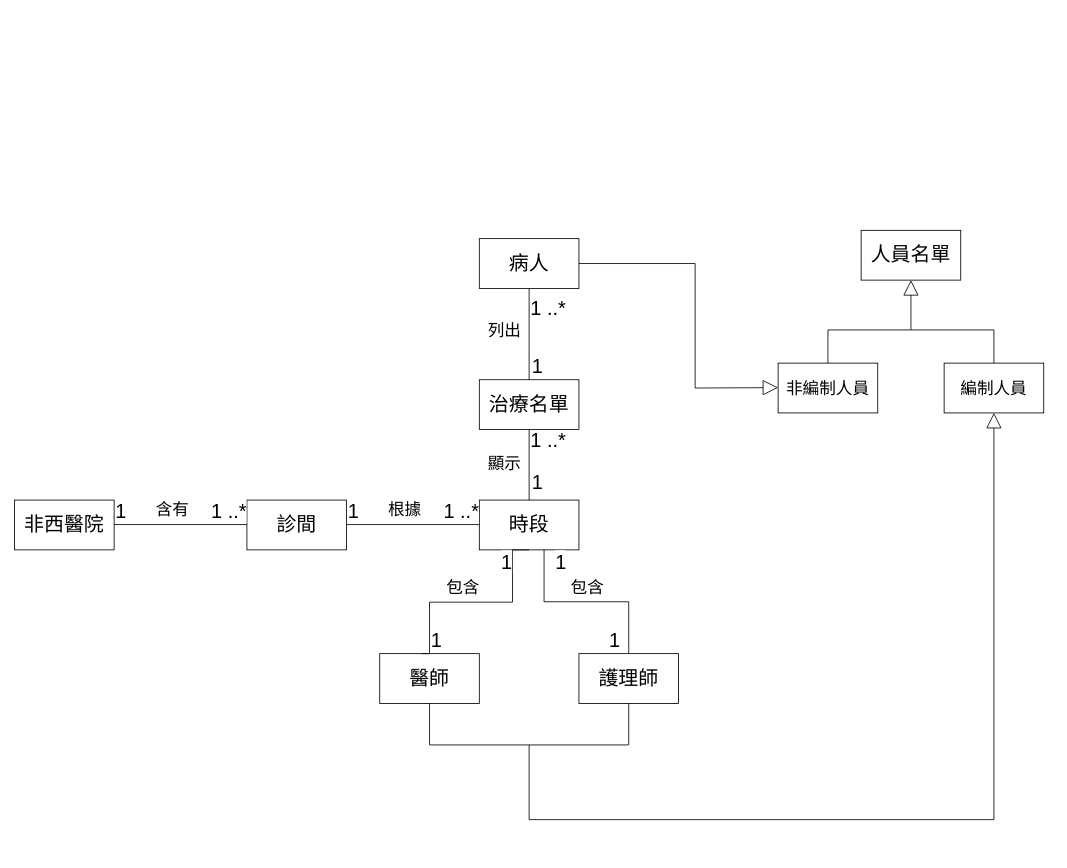
This is Clinic.drawio from troyandy1023/110-2HW2, a draw.io file, before an edit. Source tidied: cells renumbered, new cells numbered last; positions are measured from the earlier drawing's top-left corner, leaving out a move shared by most shapes. Both pictures are drawn from the tidied source at 83%, with x=0, y=0 at pixel (14, 230).
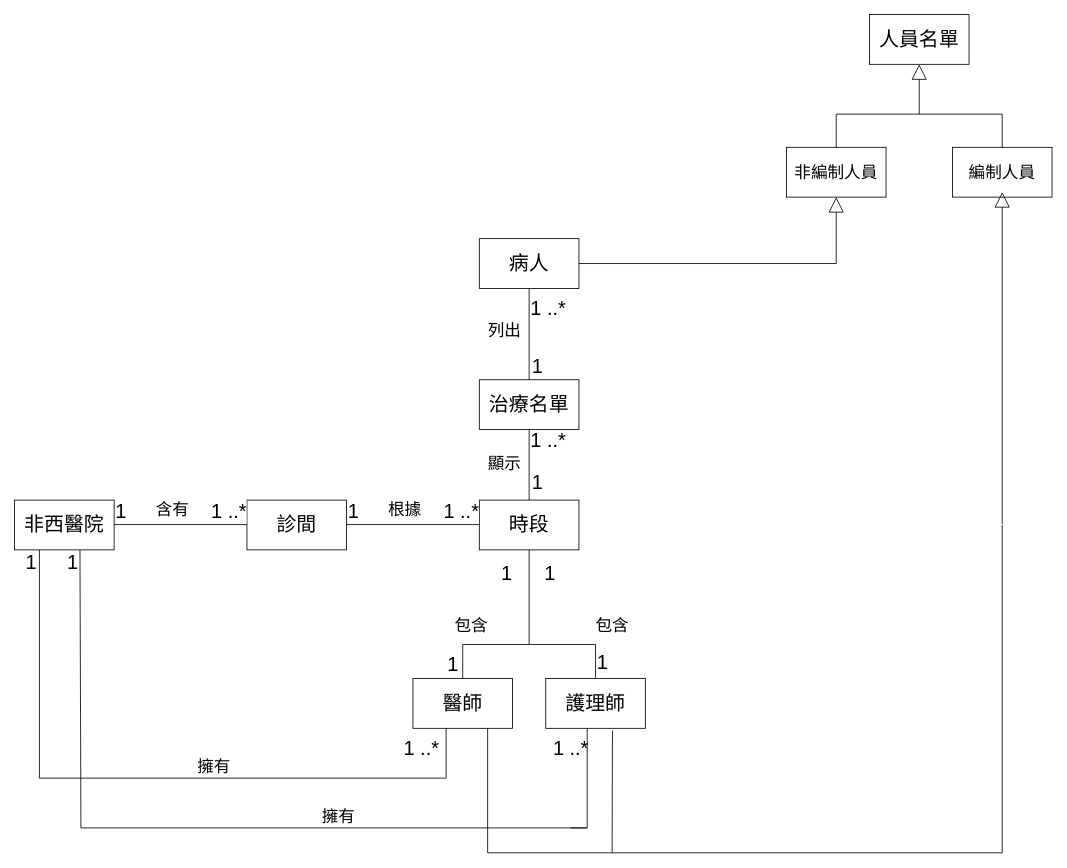
Above is the later version.

The change refers to these unchanged cells:
```xml
<mxCell id="2" value="非西醫院" style="rounded=0;whiteSpace=wrap;html=1;fontSize=24;" parent="1" vertex="1">
  <mxGeometry y="325" width="120" height="60" as="geometry" />
</mxCell>
<mxCell id="4" value="時段" style="rounded=0;whiteSpace=wrap;html=1;fontSize=24;" parent="1" vertex="1">
  <mxGeometry x="560" y="325" width="120" height="60" as="geometry" />
</mxCell>
```

Change to the diagram source:
```diff
@@
     <mxCell id="5" value="醫師" style="rounded=0;whiteSpace=wrap;html=1;fontSize=24;" parent="1" vertex="1">
-      <mxGeometry x="440" y="510" width="120" height="60" as="geometry" />
+      <mxGeometry x="480" y="540" width="120" height="60" as="geometry" />
     </mxCell>
@@
     <mxCell id="14" value="護理師" style="rounded=0;whiteSpace=wrap;html=1;fontSize=24;" parent="1" vertex="1">
-      <mxGeometry x="680" y="510" width="120" height="60" as="geometry" />
+      <mxGeometry x="640" y="540" width="120" height="60" as="geometry" />
     </mxCell>
-    <mxCell id="15" style="endArrow=none;html=1;edgeStyle=orthogonalEdgeStyle;rounded=0;fontSize=24;entryX=0.5;entryY=1;entryDx=0;entryDy=0;exitX=0.417;exitY=0;exitDx=0;exitDy=0;exitPerimeter=0;" parent="1" edge="1" source="5" target="4">
+    <mxCell id="15" style="endArrow=none;html=1;edgeStyle=orthogonalEdgeStyle;rounded=0;fontSize=24;exitX=0.5;exitY=0;exitDx=0;exitDy=0;entryX=0.5;entryY=1;entryDx=0;entryDy=0;" parent="1" edge="1" source="5" target="4">
       <mxGeometry relative="1" as="geometry">
         <Array as="points">
-          <mxPoint x="500" y="510" />
-          <mxPoint x="500" y="448" />
-          <mxPoint x="600" y="448" />
-          <mxPoint x="600" y="385" />
+          <mxPoint x="540" y="499" />
+          <mxPoint x="620" y="499" />
         </Array>
       </mxGeometry>
     </mxCell>
     <mxCell id="16" value="1" style="edgeLabel;html=1;align=left;verticalAlign=bottom;fontSize=24;" parent="15" vertex="1">
       <mxGeometry x="-1" relative="1" as="geometry">
-        <mxPoint x="10" as="offset" />
+        <mxPoint x="-20" as="offset" />
       </mxGeometry>
     </mxCell>
     <mxCell id="17" value="1" style="edgeLabel;html=1;align=right;verticalAlign=bottom;fontSize=24;" parent="15" vertex="1">
       <mxGeometry x="1" relative="1" as="geometry">
-        <mxPoint x="-20" y="31" as="offset" />
+        <mxPoint x="-20" y="45" as="offset" />
       </mxGeometry>
     </mxCell>
-    <mxCell id="18" style="endArrow=none;html=1;edgeStyle=orthogonalEdgeStyle;rounded=0;fontSize=24;entryX=0.5;entryY=0;entryDx=0;entryDy=0;exitX=0.65;exitY=0.99;exitDx=0;exitDy=0;exitPerimeter=0;" parent="1" edge="1" source="4" target="14">
-      <mxGeometry relative="1" as="geometry" />
-    </mxCell>
-    <mxCell id="19" value="1" style="edgeLabel;html=1;align=left;verticalAlign=bottom;fontSize=24;" parent="18" vertex="1">
-      <mxGeometry x="-1" relative="1" as="geometry">
-        <mxPoint x="12" y="32" as="offset" />
-      </mxGeometry>
-    </mxCell>
-    <mxCell id="20" value="1" style="edgeLabel;html=1;align=right;verticalAlign=bottom;fontSize=24;" parent="18" vertex="1">
-      <mxGeometry x="1" relative="1" as="geometry">
-        <mxPoint x="-10" as="offset" />
-      </mxGeometry>
-    </mxCell>
@@
     <mxCell id="29" value="人員名單" style="rounded=0;whiteSpace=wrap;html=1;fontSize=24;" parent="1" vertex="1">
-      <mxGeometry x="1020" width="120" height="60" as="geometry" />
+      <mxGeometry x="1030" y="-260" width="120" height="60" as="geometry" />
     </mxCell>
     <mxCell id="30" value="&lt;font style=&quot;font-size: 20px&quot;&gt;非編制人員&lt;/font&gt;" style="rounded=0;whiteSpace=wrap;html=1;fontSize=24;" parent="1" vertex="1">
-      <mxGeometry x="920" y="160" width="120" height="60" as="geometry" />
+      <mxGeometry x="930" y="-100" width="120" height="60" as="geometry" />
     </mxCell>
     <mxCell id="31" value="&lt;font style=&quot;font-size: 20px&quot;&gt;編制人員&lt;/font&gt;" style="rounded=0;whiteSpace=wrap;html=1;fontSize=24;" parent="1" vertex="1">
-      <mxGeometry x="1120" y="160" width="120" height="60" as="geometry" />
+      <mxGeometry x="1130" y="-100" width="120" height="60" as="geometry" />
     </mxCell>
     <mxCell id="32" style="endArrow=block;endSize=16;endFill=0;html=1;rounded=0;fontSize=20;entryX=0.5;entryY=1;entryDx=0;entryDy=0;" parent="1" edge="1" target="29">
       <mxGeometry relative="1" as="geometry">
-        <mxPoint x="1080" y="120" as="sourcePoint" />
+        <mxPoint x="1090" y="-140" as="sourcePoint" />
       </mxGeometry>
     </mxCell>
     <mxCell id="33" style="endArrow=none;html=1;rounded=0;fontSize=20;" parent="1" edge="1">
       <mxGeometry relative="1" as="geometry">
-        <mxPoint x="980" y="120" as="sourcePoint" />
-        <mxPoint x="1180" y="120" as="targetPoint" />
+        <mxPoint x="990" y="-140" as="sourcePoint" />
+        <mxPoint x="1190" y="-140" as="targetPoint" />
       </mxGeometry>
     </mxCell>
     <mxCell id="34" style="endArrow=none;html=1;rounded=0;fontSize=20;exitX=0.5;exitY=0;exitDx=0;exitDy=0;" parent="1" edge="1" source="30">
       <mxGeometry relative="1" as="geometry">
-        <mxPoint x="980" y="120" as="targetPoint" />
+        <mxPoint x="990" y="-140" as="targetPoint" />
       </mxGeometry>
     </mxCell>
     <mxCell id="35" style="endArrow=none;html=1;rounded=0;fontSize=20;exitX=0.5;exitY=0;exitDx=0;exitDy=0;" parent="1" edge="1" source="31">
       <mxGeometry relative="1" as="geometry">
-        <mxPoint x="1180" y="120" as="targetPoint" />
+        <mxPoint x="1190" y="-140" as="targetPoint" />
       </mxGeometry>
     </mxCell>
-    <mxCell id="36" style="endArrow=none;html=1;rounded=0;fontSize=20;" parent="1" edge="1">
-      <mxGeometry relative="1" as="geometry">
-        <mxPoint x="820" y="190" as="sourcePoint" />
-        <mxPoint x="820" y="40" as="targetPoint" />
-      </mxGeometry>
-    </mxCell>
     <mxCell id="37" style="endArrow=none;html=1;rounded=0;fontSize=20;" parent="1" edge="1">
       <mxGeometry relative="1" as="geometry">
         <mxPoint x="680" y="40" as="sourcePoint" />
-        <mxPoint x="820" y="40" as="targetPoint" />
+        <mxPoint x="990" y="40" as="targetPoint" />
       </mxGeometry>
     </mxCell>
-    <mxCell id="38" style="endArrow=block;endSize=16;endFill=0;html=1;rounded=0;fontSize=20;entryX=0.5;entryY=1;entryDx=0;entryDy=0;" parent="1" edge="1" target="31">
+    <mxCell id="38" style="endArrow=block;endSize=16;endFill=0;html=1;rounded=0;fontSize=20;entryX=0.5;entryY=1;entryDx=0;entryDy=0;" parent="1" edge="1">
       <mxGeometry relative="1" as="geometry">
-        <mxPoint x="1180" y="710" as="sourcePoint" />
+        <mxPoint x="1190" y="354" as="sourcePoint" />
+        <mxPoint x="1190" y="-46" as="targetPoint" />
       </mxGeometry>
     </mxCell>
-    <mxCell id="39" style="endArrow=block;endSize=16;endFill=0;html=1;rounded=0;fontSize=20;" parent="1" edge="1">
+    <mxCell id="39" style="endArrow=block;endSize=16;endFill=0;html=1;rounded=0;fontSize=20;entryX=0.5;entryY=1;entryDx=0;entryDy=0;" parent="1" edge="1" target="30">
       <mxGeometry relative="1" as="geometry">
-        <mxPoint x="820" y="190" as="sourcePoint" />
-        <mxPoint x="920" y="189.5" as="targetPoint" />
+        <mxPoint x="990" y="40" as="sourcePoint" />
       </mxGeometry>
     </mxCell>
-    <mxCell id="40" style="endArrow=none;html=1;rounded=0;fontSize=20;" parent="1" edge="1">
-      <mxGeometry relative="1" as="geometry">
-        <mxPoint x="620" y="710" as="sourcePoint" />
-        <mxPoint x="1180" y="710" as="targetPoint" />
-      </mxGeometry>
-    </mxCell>
-    <mxCell id="41" style="endArrow=none;html=1;rounded=0;fontSize=20;entryX=0.5;entryY=1;entryDx=0;entryDy=0;" parent="1" edge="1" target="14">
-      <mxGeometry relative="1" as="geometry">
-        <mxPoint x="740" y="620" as="sourcePoint" />
-      </mxGeometry>
-    </mxCell>
-    <mxCell id="42" style="endArrow=none;html=1;rounded=0;fontSize=20;entryX=0.5;entryY=1;entryDx=0;entryDy=0;" parent="1" edge="1" target="5">
+    <mxCell id="42" style="endArrow=none;html=1;rounded=0;fontSize=20;" parent="1" edge="1">
       <mxGeometry relative="1" as="geometry">
-        <mxPoint x="500" y="620" as="sourcePoint" />
+        <mxPoint x="1190" y="750" as="sourcePoint" />
+        <mxPoint x="1190" y="355" as="targetPoint" />
+        <Array as="points">
+          <mxPoint x="1190" y="500" />
+        </Array>
       </mxGeometry>
     </mxCell>
-    <mxCell id="43" style="endArrow=none;html=1;rounded=0;fontSize=20;" parent="1" edge="1">
-      <mxGeometry relative="1" as="geometry">
-        <mxPoint x="500" y="620" as="sourcePoint" />
-        <mxPoint x="740" y="620" as="targetPoint" />
-      </mxGeometry>
-    </mxCell>
-    <mxCell id="44" style="endArrow=none;html=1;rounded=0;fontSize=20;" parent="1" edge="1">
-      <mxGeometry relative="1" as="geometry">
-        <mxPoint x="620" y="710" as="sourcePoint" />
-        <mxPoint x="620" y="620" as="targetPoint" />
-      </mxGeometry>
-    </mxCell>
     <mxCell id="45" value="包含" style="text;html=1;align=center;verticalAlign=middle;strokeColor=none;fillColor=none;fontSize=20;" parent="1" vertex="1">
-      <mxGeometry x="510" y="415" width="60" height="30" as="geometry" />
+      <mxGeometry x="690" y="460" width="60" height="30" as="geometry" />
     </mxCell>
     <mxCell id="46" value="包含" style="text;html=1;align=center;verticalAlign=middle;strokeColor=none;fillColor=none;fontSize=20;" parent="1" vertex="1">
-      <mxGeometry x="660" y="415" width="60" height="30" as="geometry" />
+      <mxGeometry x="520" y="460" width="60" height="30" as="geometry" />
     </mxCell>
@@
+    <mxCell id="49" style="endArrow=none;html=1;rounded=0;exitX=0.5;exitY=0;exitDx=0;exitDy=0;" parent="1" edge="1">
+      <mxGeometry relative="1" as="geometry">
+        <mxPoint x="700" y="539" as="sourcePoint" />
+        <mxPoint x="620" y="499" as="targetPoint" />
+        <Array as="points">
+          <mxPoint x="700" y="499" />
+        </Array>
+      </mxGeometry>
+    </mxCell>
+    <mxCell id="50" value="&lt;span style=&quot;font-size: 24px&quot;&gt;1&lt;/span&gt;" style="text;html=1;align=center;verticalAlign=middle;strokeColor=none;fillColor=none;" parent="1" vertex="1">
+      <mxGeometry x="630" y="404" width="30" height="20" as="geometry" />
+    </mxCell>
+    <mxCell id="51" value="&lt;span style=&quot;color: rgb(0, 0, 0); font-family: helvetica; font-size: 24px; font-style: normal; font-weight: 400; letter-spacing: normal; text-align: center; text-indent: 0px; text-transform: none; word-spacing: 0px; background-color: rgb(248, 249, 250); display: inline; float: none;&quot;&gt;1&lt;/span&gt;" style="text;whiteSpace=wrap;html=1;fontSize=24;" parent="1" vertex="1">
+      <mxGeometry x="700" y="500" width="40" height="40" as="geometry" />
+    </mxCell>
+    <mxCell id="52" style="endArrow=none;html=1;rounded=0;fontSize=24;" parent="1" edge="1">
+      <mxGeometry relative="1" as="geometry">
+        <mxPoint x="520" y="660" as="sourcePoint" />
+        <mxPoint x="520" y="600" as="targetPoint" />
+      </mxGeometry>
+    </mxCell>
+    <mxCell id="53" style="endArrow=none;html=1;rounded=0;fontSize=24;" parent="1" edge="1">
+      <mxGeometry relative="1" as="geometry">
+        <mxPoint x="670" y="720" as="sourcePoint" />
+        <mxPoint x="690" y="600" as="targetPoint" />
+        <Array as="points">
+          <mxPoint x="690" y="720" />
+          <mxPoint x="690" y="640" />
+        </Array>
+      </mxGeometry>
+    </mxCell>
+    <mxCell id="54" style="endArrow=none;html=1;rounded=0;fontSize=24;entryX=0.25;entryY=1;entryDx=0;entryDy=0;" parent="1" edge="1" target="2">
+      <mxGeometry relative="1" as="geometry">
+        <mxPoint x="30" y="660" as="sourcePoint" />
+      </mxGeometry>
+    </mxCell>
+    <mxCell id="55" style="endArrow=none;html=1;rounded=0;fontSize=24;" parent="1" edge="1">
+      <mxGeometry relative="1" as="geometry">
+        <mxPoint x="520" y="660" as="sourcePoint" />
+        <mxPoint x="30" y="660" as="targetPoint" />
+      </mxGeometry>
+    </mxCell>
+    <mxCell id="56" style="endArrow=none;html=1;rounded=0;fontSize=24;entryX=0.657;entryY=1;entryDx=0;entryDy=0;entryPerimeter=0;" parent="1" edge="1" target="2">
+      <mxGeometry relative="1" as="geometry">
+        <mxPoint x="80" y="720" as="sourcePoint" />
+      </mxGeometry>
+    </mxCell>
+    <mxCell id="57" style="endArrow=none;html=1;rounded=0;fontSize=24;" parent="1" edge="1">
+      <mxGeometry relative="1" as="geometry">
+        <mxPoint x="690" y="720" as="sourcePoint" />
+        <mxPoint x="80" y="720" as="targetPoint" />
+      </mxGeometry>
+    </mxCell>
+    <mxCell id="58" value="1 ..*" style="text;html=1;align=center;verticalAlign=middle;strokeColor=none;fillColor=none;fontSize=24;" parent="1" vertex="1">
+      <mxGeometry x="640" y="610" width="60" height="30" as="geometry" />
+    </mxCell>
+    <mxCell id="59" value="1 ..*" style="text;html=1;align=center;verticalAlign=middle;strokeColor=none;fillColor=none;fontSize=24;" parent="1" vertex="1">
+      <mxGeometry x="460" y="610" width="60" height="30" as="geometry" />
+    </mxCell>
+    <mxCell id="60" value="1" style="text;html=1;align=center;verticalAlign=middle;strokeColor=none;fillColor=none;fontSize=24;" parent="1" vertex="1">
+      <mxGeometry x="5" y="385" width="30" height="30" as="geometry" />
+    </mxCell>
+    <mxCell id="61" value="1" style="text;html=1;align=center;verticalAlign=middle;strokeColor=none;fillColor=none;fontSize=24;" parent="1" vertex="1">
+      <mxGeometry x="55" y="385" width="30" height="30" as="geometry" />
+    </mxCell>
+    <mxCell id="62" value="&lt;font style=&quot;font-size: 20px&quot;&gt;擁有&lt;/font&gt;" style="text;html=1;align=center;verticalAlign=middle;strokeColor=none;fillColor=none;fontSize=24;" parent="1" vertex="1">
+      <mxGeometry x="210" y="625" width="60" height="40" as="geometry" />
+    </mxCell>
+    <mxCell id="63" value="&lt;font style=&quot;font-size: 20px&quot;&gt;擁有&lt;/font&gt;" style="text;html=1;align=center;verticalAlign=middle;strokeColor=none;fillColor=none;fontSize=24;" parent="1" vertex="1">
+      <mxGeometry x="360" y="685" width="60" height="40" as="geometry" />
+    </mxCell>
+    <mxCell id="64" style="endArrow=none;html=1;rounded=0;fontSize=24;entryX=0.75;entryY=1;entryDx=0;entryDy=0;" parent="1" edge="1" target="5">
+      <mxGeometry relative="1" as="geometry">
+        <mxPoint x="570" y="750" as="sourcePoint" />
+      </mxGeometry>
+    </mxCell>
+    <mxCell id="65" style="endArrow=none;html=1;rounded=0;fontSize=24;" parent="1" edge="1">
+      <mxGeometry relative="1" as="geometry">
+        <mxPoint x="570" y="750" as="sourcePoint" />
+        <mxPoint x="1190" y="750" as="targetPoint" />
+      </mxGeometry>
+    </mxCell>
+    <mxCell id="66" style="endArrow=none;html=1;rounded=0;fontSize=24;entryX=0.67;entryY=1.043;entryDx=0;entryDy=0;entryPerimeter=0;" parent="1" edge="1" target="14">
+      <mxGeometry relative="1" as="geometry">
+        <mxPoint x="720" y="750" as="sourcePoint" />
+      </mxGeometry>
+    </mxCell>
```
